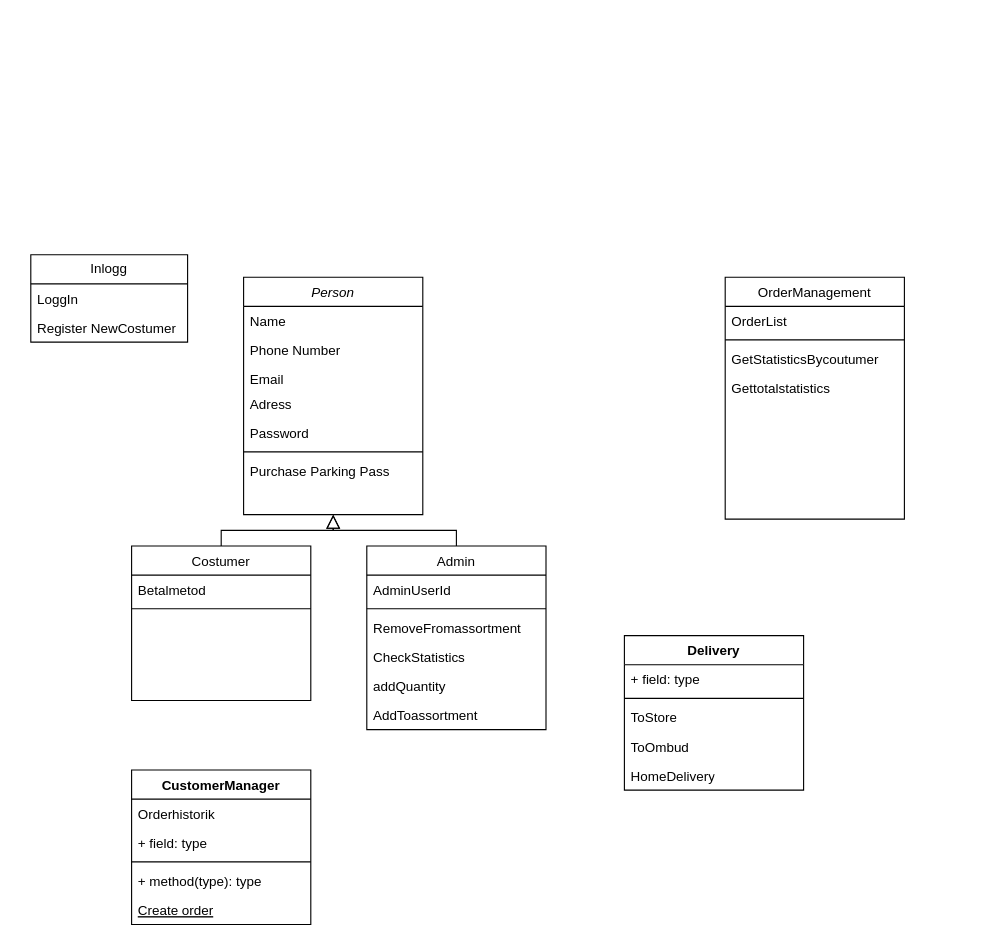
TobiasGoransson/SOS23Fashion keeps this draw.io diagram as Klassschema/OnlineAffär.drawio. Above is the earlier version. Source tidied: cells renumbered, new cells numbered last; positions are measured from the earlier drawing's top-left corner, leaving out a move shared by most shapes. Both pictures are drawn from the tidied source at 112%, with x=0, y=0 at pixel (30, 254).
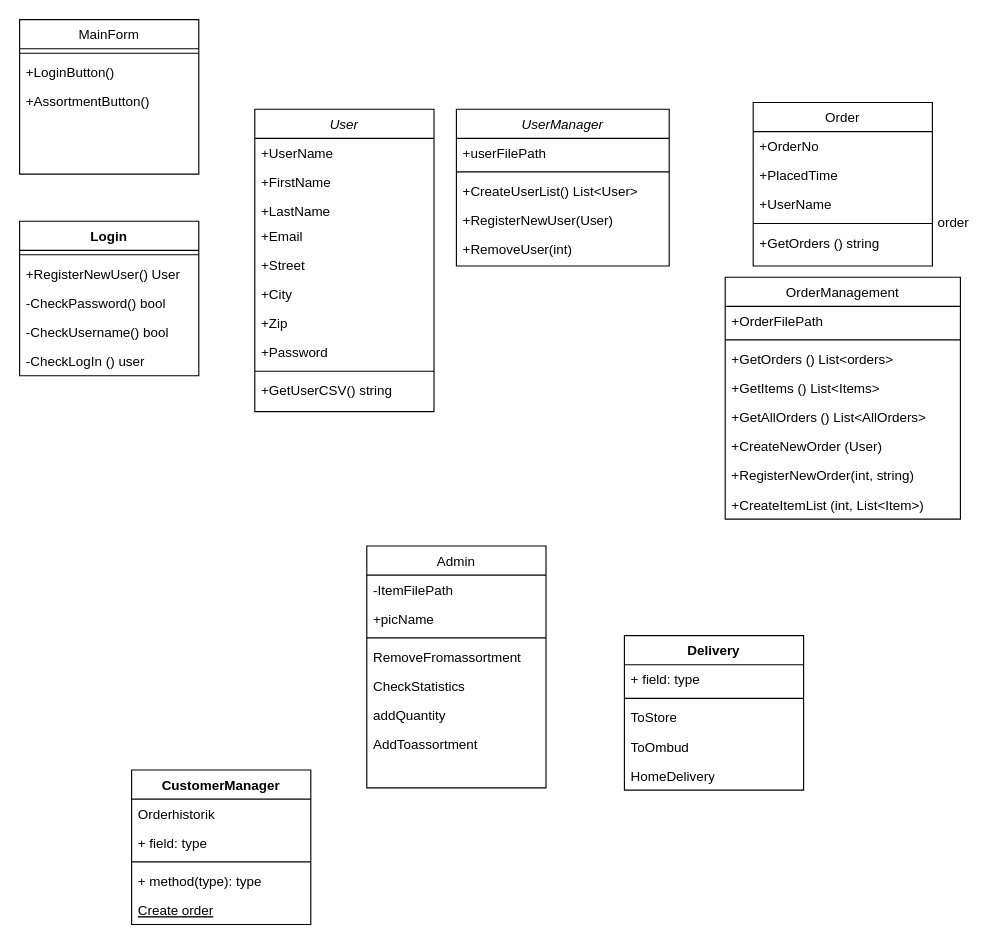
The same page after the edit.

Change to the diagram source:
```diff
@@
-    <mxCell id="2" value="Person" style="swimlane;fontStyle=2;align=center;verticalAlign=top;horizontal=1;startSize=26;rounded=0;shadow=0;strokeWidth=1;" parent="1" vertex="1">
-      <mxGeometry x="190" y="20" width="160" height="212" as="geometry" />
+    <mxCell id="2" value="User" style="swimlane;fontStyle=2;align=center;verticalAlign=top;horizontal=1;startSize=26;rounded=0;shadow=0;strokeWidth=1;" parent="1" vertex="1">
+      <mxGeometry x="200" y="-130" width="160" height="270" as="geometry" />
     </mxCell>
-    <mxCell id="3" value="Name" style="text;align=left;verticalAlign=top;spacingLeft=4;spacingRight=4;overflow=hidden;" parent="2" vertex="1">
+    <mxCell id="3" value="+UserName" style="text;align=left;verticalAlign=top;spacingLeft=4;spacingRight=4;overflow=hidden;" parent="2" vertex="1">
       <mxGeometry y="26" width="160" height="26" as="geometry" />
     </mxCell>
-    <mxCell id="4" value="Phone Number" style="text;align=left;verticalAlign=top;spacingLeft=4;spacingRight=4;overflow=hidden;rounded=0;shadow=0;html=0;" parent="2" vertex="1">
+    <mxCell id="4" value="+FirstName" style="text;align=left;verticalAlign=top;spacingLeft=4;spacingRight=4;overflow=hidden;rounded=0;shadow=0;html=0;" parent="2" vertex="1">
       <mxGeometry y="52" width="160" height="26" as="geometry" />
     </mxCell>
-    <mxCell id="5" value="Email" style="text;align=left;verticalAlign=top;spacingLeft=4;spacingRight=4;overflow=hidden;rounded=0;shadow=0;html=0;" parent="2" vertex="1">
+    <mxCell id="5" value="+LastName" style="text;align=left;verticalAlign=top;spacingLeft=4;spacingRight=4;overflow=hidden;rounded=0;shadow=0;html=0;" parent="2" vertex="1">
       <mxGeometry y="78" width="160" height="22" as="geometry" />
     </mxCell>
-    <mxCell id="6" value="Adress" style="text;align=left;verticalAlign=top;spacingLeft=4;spacingRight=4;overflow=hidden;rounded=0;shadow=0;html=0;" parent="2" vertex="1">
+    <mxCell id="6" value="+Email" style="text;align=left;verticalAlign=top;spacingLeft=4;spacingRight=4;overflow=hidden;rounded=0;shadow=0;html=0;" parent="2" vertex="1">
       <mxGeometry y="100" width="160" height="26" as="geometry" />
     </mxCell>
-    <mxCell id="7" value="Password" style="text;align=left;verticalAlign=top;spacingLeft=4;spacingRight=4;overflow=hidden;rounded=0;shadow=0;html=0;" parent="2" vertex="1">
+    <mxCell id="7" value="+Street" style="text;align=left;verticalAlign=top;spacingLeft=4;spacingRight=4;overflow=hidden;rounded=0;shadow=0;html=0;" parent="2" vertex="1">
       <mxGeometry y="126" width="160" height="26" as="geometry" />
     </mxCell>
+    <mxCell id="42" value="+City" style="text;align=left;verticalAlign=top;spacingLeft=4;spacingRight=4;overflow=hidden;rounded=0;shadow=0;html=0;" parent="2" vertex="1">
+      <mxGeometry y="152" width="160" height="26" as="geometry" />
+    </mxCell>
+    <mxCell id="43" value="+Zip" style="text;align=left;verticalAlign=top;spacingLeft=4;spacingRight=4;overflow=hidden;rounded=0;shadow=0;html=0;" parent="2" vertex="1">
+      <mxGeometry y="178" width="160" height="26" as="geometry" />
+    </mxCell>
+    <mxCell id="44" value="+Password" style="text;align=left;verticalAlign=top;spacingLeft=4;spacingRight=4;overflow=hidden;rounded=0;shadow=0;html=0;" parent="2" vertex="1">
+      <mxGeometry y="204" width="160" height="26" as="geometry" />
+    </mxCell>
     <mxCell id="8" style="line;html=1;strokeWidth=1;align=left;verticalAlign=middle;spacingTop=-1;spacingLeft=3;spacingRight=3;labelPosition=right;" parent="2" vertex="1">
-      <mxGeometry y="152" width="160" height="8" as="geometry" />
+      <mxGeometry y="230" width="160" height="8" as="geometry" />
     </mxCell>
-    <mxCell id="9" value="Purchase Parking Pass" style="text;align=left;verticalAlign=top;spacingLeft=4;spacingRight=4;overflow=hidden;" parent="2" vertex="1">
-      <mxGeometry y="160" width="160" height="26" as="geometry" />
+    <mxCell id="9" value="+GetUserCSV() string" style="text;align=left;verticalAlign=top;spacingLeft=4;spacingRight=4;overflow=hidden;" parent="2" vertex="1">
+      <mxGeometry y="238" width="160" height="26" as="geometry" />
     </mxCell>
-    <mxCell id="10" value="Costumer" style="swimlane;fontStyle=0;align=center;verticalAlign=top;horizontal=1;startSize=26;rounded=0;shadow=0;strokeWidth=1;" parent="1" vertex="1">
-      <mxGeometry x="90" y="260" width="160" height="138" as="geometry" />
+    <mxCell id="10" value="MainForm" style="swimlane;fontStyle=0;align=center;verticalAlign=top;horizontal=1;startSize=26;rounded=0;shadow=0;strokeWidth=1;" parent="1" vertex="1">
+      <mxGeometry x="-10" y="-210" width="160" height="138" as="geometry" />
     </mxCell>
+    <mxCell id="12" style="line;html=1;strokeWidth=1;align=left;verticalAlign=middle;spacingTop=-1;spacingLeft=3;spacingRight=3;labelPosition=right;" parent="10" vertex="1">
+      <mxGeometry y="26" width="160" height="8" as="geometry" />
+    </mxCell>
-    <mxCell id="11" value="Betalmetod" style="text;align=left;verticalAlign=top;spacingLeft=4;spacingRight=4;overflow=hidden;rounded=0;shadow=0;html=0;" parent="10" vertex="1">
-      <mxGeometry y="26" width="160" height="26" as="geometry" />
+    <mxCell id="11" value="+LoginButton()" style="text;align=left;verticalAlign=top;spacingLeft=4;spacingRight=4;overflow=hidden;rounded=0;shadow=0;html=0;" parent="10" vertex="1">
+      <mxGeometry y="34" width="160" height="26" as="geometry" />
     </mxCell>
-    <mxCell id="12" style="line;html=1;strokeWidth=1;align=left;verticalAlign=middle;spacingTop=-1;spacingLeft=3;spacingRight=3;labelPosition=right;" parent="10" vertex="1">
-      <mxGeometry y="52" width="160" height="8" as="geometry" />
-    </mxCell>
-    <mxCell id="13" style="endArrow=block;endSize=10;endFill=0;shadow=0;strokeWidth=1;rounded=0;edgeStyle=elbowEdgeStyle;elbow=vertical;" parent="1" edge="1" source="10" target="2">
-      <mxGeometry relative="1" as="geometry" />
-    </mxCell>
+    <mxCell id="45" value="+AssortmentButton()" style="text;align=left;verticalAlign=top;spacingLeft=4;spacingRight=4;overflow=hidden;rounded=0;shadow=0;html=0;" parent="10" vertex="1">
+      <mxGeometry y="60" width="160" height="26" as="geometry" />
+    </mxCell>
     <mxCell id="14" value="Admin" style="swimlane;fontStyle=0;align=center;verticalAlign=top;horizontal=1;startSize=26;rounded=0;shadow=0;strokeWidth=1;" parent="1" vertex="1">
-      <mxGeometry x="300" y="260" width="160" height="164" as="geometry" />
+      <mxGeometry x="300" y="260" width="160" height="216" as="geometry" />
     </mxCell>
-    <mxCell id="15" value="AdminUserId" style="text;align=left;verticalAlign=top;spacingLeft=4;spacingRight=4;overflow=hidden;" parent="14" vertex="1">
+    <mxCell id="15" value="-ItemFilePath" style="text;align=left;verticalAlign=top;spacingLeft=4;spacingRight=4;overflow=hidden;" parent="14" vertex="1">
       <mxGeometry y="26" width="160" height="26" as="geometry" />
     </mxCell>
+    <mxCell id="46" value="+picName" style="text;align=left;verticalAlign=top;spacingLeft=4;spacingRight=4;overflow=hidden;" parent="14" vertex="1">
+      <mxGeometry y="52" width="160" height="26" as="geometry" />
+    </mxCell>
     <mxCell id="16" style="line;html=1;strokeWidth=1;align=left;verticalAlign=middle;spacingTop=-1;spacingLeft=3;spacingRight=3;labelPosition=right;" parent="14" vertex="1">
-      <mxGeometry y="52" width="160" height="8" as="geometry" />
+      <mxGeometry y="78" width="160" height="8" as="geometry" />
     </mxCell>
     <mxCell id="17" value="RemoveFromassortment" style="text;align=left;verticalAlign=top;spacingLeft=4;spacingRight=4;overflow=hidden;" parent="14" vertex="1">
-      <mxGeometry y="60" width="160" height="26" as="geometry" />
+      <mxGeometry y="86" width="160" height="26" as="geometry" />
     </mxCell>
     <mxCell id="18" value="CheckStatistics" style="text;align=left;verticalAlign=top;spacingLeft=4;spacingRight=4;overflow=hidden;" parent="14" vertex="1">
-      <mxGeometry y="86" width="160" height="26" as="geometry" />
+      <mxGeometry y="112" width="160" height="26" as="geometry" />
     </mxCell>
     <mxCell id="19" value="addQuantity" style="text;align=left;verticalAlign=top;spacingLeft=4;spacingRight=4;overflow=hidden;" parent="14" vertex="1">
-      <mxGeometry y="112" width="160" height="26" as="geometry" />
+      <mxGeometry y="138" width="160" height="26" as="geometry" />
     </mxCell>
     <mxCell id="20" value="AddToassortment" style="text;align=left;verticalAlign=top;spacingLeft=4;spacingRight=4;overflow=hidden;" parent="14" vertex="1">
-      <mxGeometry y="138" width="160" height="26" as="geometry" />
+      <mxGeometry y="164" width="160" height="26" as="geometry" />
     </mxCell>
-    <mxCell id="21" style="endArrow=block;endSize=10;endFill=0;shadow=0;strokeWidth=1;rounded=0;edgeStyle=elbowEdgeStyle;elbow=vertical;" parent="1" edge="1" source="14" target="2">
-      <mxGeometry relative="1" as="geometry" />
-    </mxCell>
     <mxCell id="22" value="OrderManagement" style="swimlane;fontStyle=0;align=center;verticalAlign=top;horizontal=1;startSize=26;rounded=0;shadow=0;strokeWidth=1;" parent="1" vertex="1">
-      <mxGeometry x="620" y="20" width="160" height="216" as="geometry" />
+      <mxGeometry x="620" y="20" width="210" height="216" as="geometry" />
     </mxCell>
-    <mxCell id="23" value="OrderList" style="text;align=left;verticalAlign=top;spacingLeft=4;spacingRight=4;overflow=hidden;rounded=0;shadow=0;html=0;" parent="22" vertex="1">
-      <mxGeometry y="26" width="160" height="26" as="geometry" />
+    <mxCell id="23" value="+OrderFilePath" style="text;align=left;verticalAlign=top;spacingLeft=4;spacingRight=4;overflow=hidden;rounded=0;shadow=0;html=0;" parent="22" vertex="1">
+      <mxGeometry y="26" width="210" height="26" as="geometry" />
     </mxCell>
     <mxCell id="24" style="line;html=1;strokeWidth=1;align=left;verticalAlign=middle;spacingTop=-1;spacingLeft=3;spacingRight=3;labelPosition=right;" parent="22" vertex="1">
-      <mxGeometry y="52" width="160" height="8" as="geometry" />
+      <mxGeometry y="52" width="210" height="8" as="geometry" />
     </mxCell>
-    <mxCell id="25" value="GetStatisticsBycoutumer" style="text;align=left;verticalAlign=top;spacingLeft=4;spacingRight=4;overflow=hidden;" parent="22" vertex="1">
-      <mxGeometry y="60" width="160" height="26" as="geometry" />
+    <mxCell id="25" value="+GetOrders () List&lt;orders&gt;" style="text;align=left;verticalAlign=top;spacingLeft=4;spacingRight=4;overflow=hidden;" parent="22" vertex="1">
+      <mxGeometry y="60" width="210" height="26" as="geometry" />
     </mxCell>
-    <mxCell id="26" value="Gettotalstatistics" style="text;align=left;verticalAlign=top;spacingLeft=4;spacingRight=4;overflow=hidden;" parent="22" vertex="1">
-      <mxGeometry y="86" width="160" height="26" as="geometry" />
+    <mxCell id="26" value="+GetItems () List&lt;Items&gt;" style="text;align=left;verticalAlign=top;spacingLeft=4;spacingRight=4;overflow=hidden;" parent="22" vertex="1">
+      <mxGeometry y="86" width="210" height="26" as="geometry" />
     </mxCell>
-    <mxCell id="27" value="Inlogg" style="swimlane;fontStyle=0;horizontal=1;startSize=26;fillColor=none;whiteSpace=wrap;html=1;" parent="1" vertex="1">
-      <mxGeometry width="140" height="78" as="geometry" />
-    </mxCell>
-    <mxCell id="28" value="LoggIn" style="text;strokeColor=none;fillColor=none;align=left;verticalAlign=top;spacingLeft=4;spacingRight=4;overflow=hidden;whiteSpace=wrap;html=1;" parent="27" vertex="1">
-      <mxGeometry y="26" width="140" height="26" as="geometry" />
-    </mxCell>
-    <mxCell id="29" value="Register NewCostumer" style="text;strokeColor=none;fillColor=none;align=left;verticalAlign=top;spacingLeft=4;spacingRight=4;overflow=hidden;whiteSpace=wrap;html=1;" parent="27" vertex="1">
-      <mxGeometry y="52" width="140" height="26" as="geometry" />
-    </mxCell>
+    <mxCell id="47" value="+GetAllOrders () List&lt;AllOrders&gt;" style="text;align=left;verticalAlign=top;spacingLeft=4;spacingRight=4;overflow=hidden;" parent="22" vertex="1">
+      <mxGeometry y="112" width="210" height="26" as="geometry" />
+    </mxCell>
+    <mxCell id="48" value="+CreateNewOrder (User)" style="text;align=left;verticalAlign=top;spacingLeft=4;spacingRight=4;overflow=hidden;" parent="22" vertex="1">
+      <mxGeometry y="138" width="210" height="26" as="geometry" />
+    </mxCell>
+    <mxCell id="49" value="+RegisterNewOrder(int, string)" style="text;align=left;verticalAlign=top;spacingLeft=4;spacingRight=4;overflow=hidden;" parent="22" vertex="1">
+      <mxGeometry y="164" width="210" height="26" as="geometry" />
+    </mxCell>
+    <mxCell id="50" value="+CreateItemList (int, List&lt;Item&gt;)" style="text;align=left;verticalAlign=top;spacingLeft=4;spacingRight=4;overflow=hidden;" parent="22" vertex="1">
+      <mxGeometry y="190" width="210" height="26" as="geometry" />
+    </mxCell>
@@
+    <mxCell id="51" value="Order" style="swimlane;fontStyle=0;align=center;verticalAlign=top;horizontal=1;startSize=26;rounded=0;shadow=0;strokeWidth=1;" parent="1" vertex="1">
+      <mxGeometry x="645" y="-136" width="160" height="146" as="geometry" />
+    </mxCell>
+    <mxCell id="52" value="+OrderNo" style="text;align=left;verticalAlign=top;spacingLeft=4;spacingRight=4;overflow=hidden;" parent="51" vertex="1">
+      <mxGeometry y="26" width="160" height="26" as="geometry" />
+    </mxCell>
+    <mxCell id="53" value="+PlacedTime" style="text;align=left;verticalAlign=top;spacingLeft=4;spacingRight=4;overflow=hidden;" parent="51" vertex="1">
+      <mxGeometry y="52" width="160" height="26" as="geometry" />
+    </mxCell>
+    <mxCell id="54" value="+UserName" style="text;align=left;verticalAlign=top;spacingLeft=4;spacingRight=4;overflow=hidden;" parent="51" vertex="1">
+      <mxGeometry y="78" width="160" height="26" as="geometry" />
+    </mxCell>
+    <mxCell id="55" value="order" style="line;html=1;strokeWidth=1;align=left;verticalAlign=middle;spacingTop=-1;spacingLeft=3;spacingRight=3;labelPosition=right;" parent="51" vertex="1">
+      <mxGeometry y="104" width="160" height="8" as="geometry" />
+    </mxCell>
+    <mxCell id="56" value="+GetOrders () string" style="text;align=left;verticalAlign=top;spacingLeft=4;spacingRight=4;overflow=hidden;" parent="51" vertex="1">
+      <mxGeometry y="112" width="160" height="26" as="geometry" />
+    </mxCell>
+    <mxCell id="57" value="UserManager" style="swimlane;fontStyle=2;align=center;verticalAlign=top;horizontal=1;startSize=26;rounded=0;shadow=0;strokeWidth=1;" parent="1" vertex="1">
+      <mxGeometry x="380" y="-130" width="190" height="140" as="geometry" />
+    </mxCell>
+    <mxCell id="58" value="+userFilePath" style="text;align=left;verticalAlign=top;spacingLeft=4;spacingRight=4;overflow=hidden;" parent="57" vertex="1">
+      <mxGeometry y="26" width="190" height="26" as="geometry" />
+    </mxCell>
+    <mxCell id="59" style="line;html=1;strokeWidth=1;align=left;verticalAlign=middle;spacingTop=-1;spacingLeft=3;spacingRight=3;labelPosition=right;" parent="57" vertex="1">
+      <mxGeometry y="52" width="190" height="8" as="geometry" />
+    </mxCell>
+    <mxCell id="60" value="+CreateUserList() List&lt;User&gt;" style="text;align=left;verticalAlign=top;spacingLeft=4;spacingRight=4;overflow=hidden;" parent="57" vertex="1">
+      <mxGeometry y="60" width="190" height="26" as="geometry" />
+    </mxCell>
+    <mxCell id="61" value="+RegisterNewUser(User)" style="text;align=left;verticalAlign=top;spacingLeft=4;spacingRight=4;overflow=hidden;rounded=0;shadow=0;html=0;" parent="57" vertex="1">
+      <mxGeometry y="86" width="190" height="26" as="geometry" />
+    </mxCell>
+    <mxCell id="62" value="+RemoveUser(int)" style="text;align=left;verticalAlign=top;spacingLeft=4;spacingRight=4;overflow=hidden;rounded=0;shadow=0;html=0;" parent="57" vertex="1">
+      <mxGeometry y="112" width="190" height="26" as="geometry" />
+    </mxCell>
+    <mxCell id="63" value="Login" style="swimlane;fontStyle=1;align=center;verticalAlign=top;horizontal=1;startSize=26;whiteSpace=wrap;html=1;" parent="1" vertex="1">
+      <mxGeometry x="-10" y="-30" width="160" height="138" as="geometry" />
+    </mxCell>
+    <mxCell id="64" style="line;strokeWidth=1;fillColor=none;align=left;verticalAlign=middle;spacingTop=-1;spacingLeft=3;spacingRight=3;labelPosition=right;strokeColor=inherit;" parent="63" vertex="1">
+      <mxGeometry y="26" width="160" height="8" as="geometry" />
+    </mxCell>
+    <mxCell id="65" value="+RegisterNewUser() User" style="text;strokeColor=none;fillColor=none;align=left;verticalAlign=top;spacingLeft=4;spacingRight=4;overflow=hidden;whiteSpace=wrap;html=1;" parent="63" vertex="1">
+      <mxGeometry y="34" width="160" height="26" as="geometry" />
+    </mxCell>
+    <mxCell id="66" value="-CheckPassword() bool" style="text;strokeColor=none;fillColor=none;align=left;verticalAlign=top;spacingLeft=4;spacingRight=4;overflow=hidden;whiteSpace=wrap;html=1;" parent="63" vertex="1">
+      <mxGeometry y="60" width="160" height="26" as="geometry" />
+    </mxCell>
+    <mxCell id="67" value="-CheckUsername() bool" style="text;strokeColor=none;fillColor=none;align=left;verticalAlign=top;spacingLeft=4;spacingRight=4;overflow=hidden;whiteSpace=wrap;html=1;" parent="63" vertex="1">
+      <mxGeometry y="86" width="160" height="26" as="geometry" />
+    </mxCell>
+    <mxCell id="68" value="-CheckLogIn () user" style="text;strokeColor=none;fillColor=none;align=left;verticalAlign=top;spacingLeft=4;spacingRight=4;overflow=hidden;whiteSpace=wrap;html=1;" parent="63" vertex="1">
+      <mxGeometry y="112" width="160" height="26" as="geometry" />
+    </mxCell>
```
